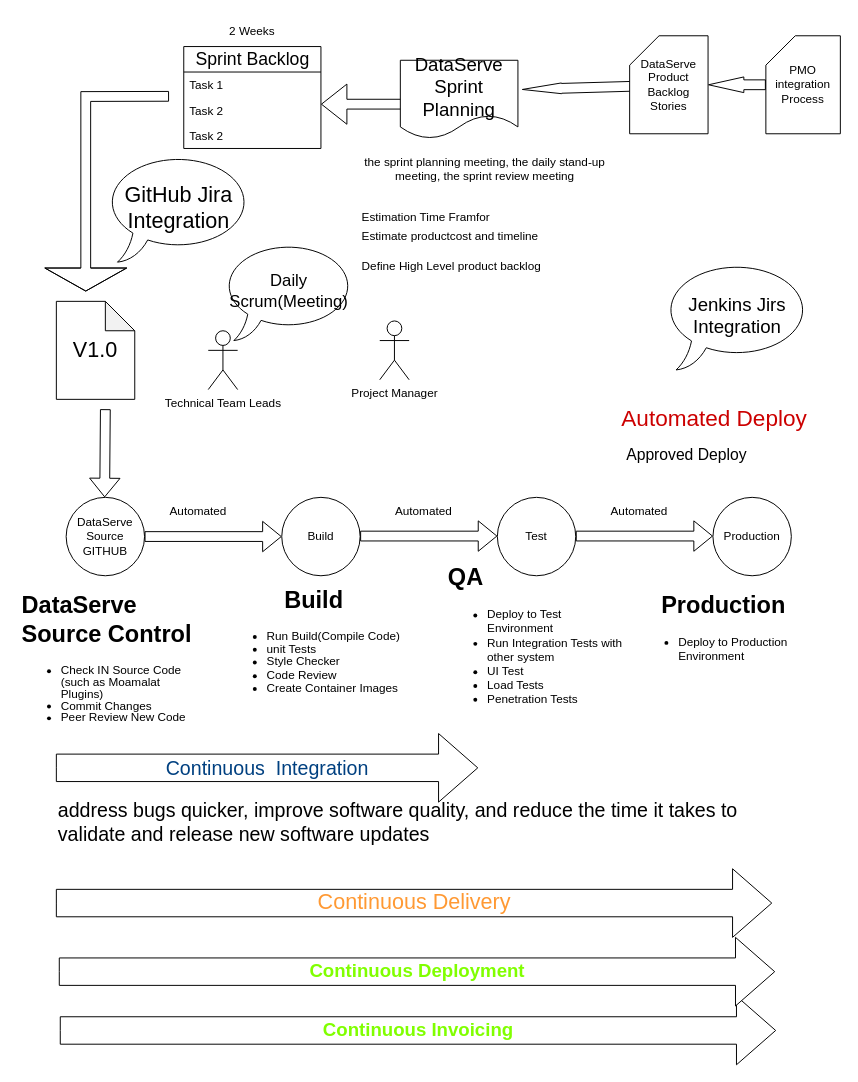
The draw.io diagram CICD.drawio in Basharabulaban/dataserve, before the edit. Source tidied: cells renumbered, new cells numbered last; positions are measured from the earlier drawing's top-left corner, leaving out a move shared by most shapes. Both pictures are drawn from the tidied source at 98%, with x=0, y=0 at pixel (17, 17).
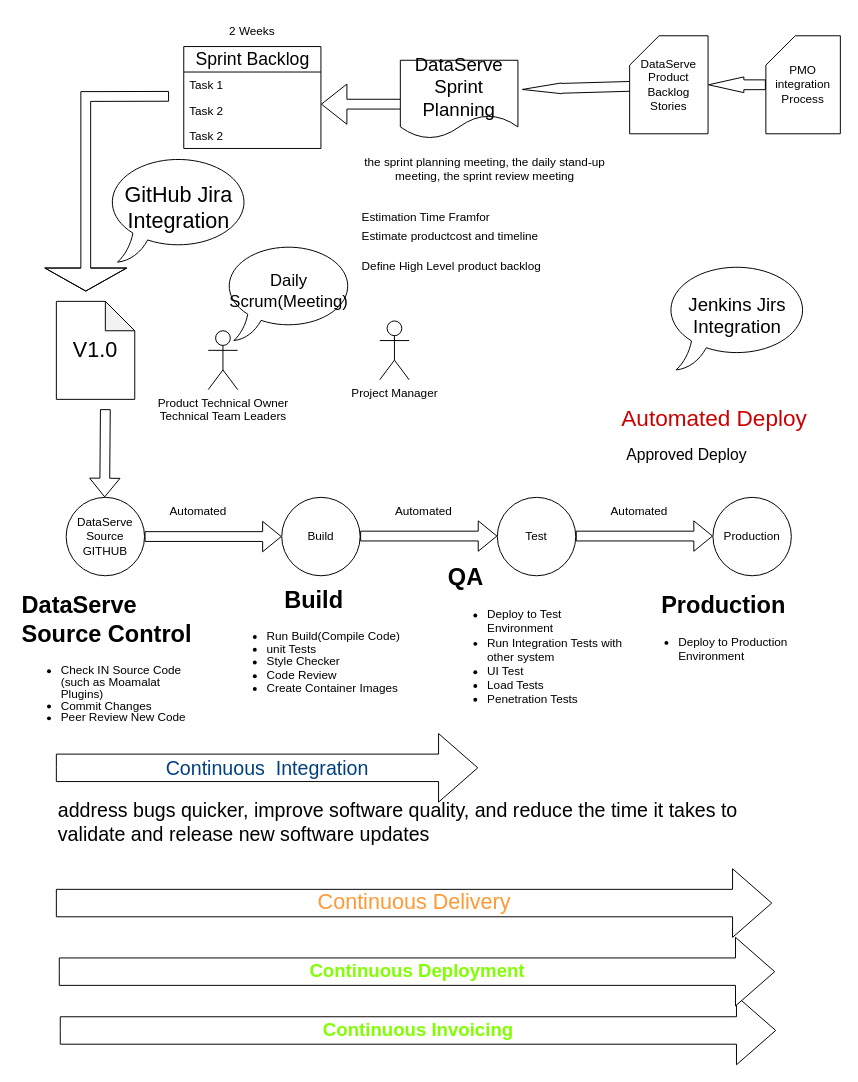
After the change.

What changed in the source:
```diff
@@
-    <mxCell id="36" value="Technical Team Leads " style="shape=umlActor;verticalLabelPosition=bottom;verticalAlign=top;html=1;" parent="1" vertex="1">
+    <mxCell id="36" value="&lt;div&gt;Product Technical Owner&lt;/div&gt;&lt;div&gt;Technical Team Leaders&lt;br&gt;&lt;/div&gt;" style="shape=umlActor;verticalLabelPosition=bottom;verticalAlign=top;html=1;" parent="1" vertex="1">
       <mxGeometry x="195" y="320" width="30" height="60" as="geometry" />
     </mxCell>
```
